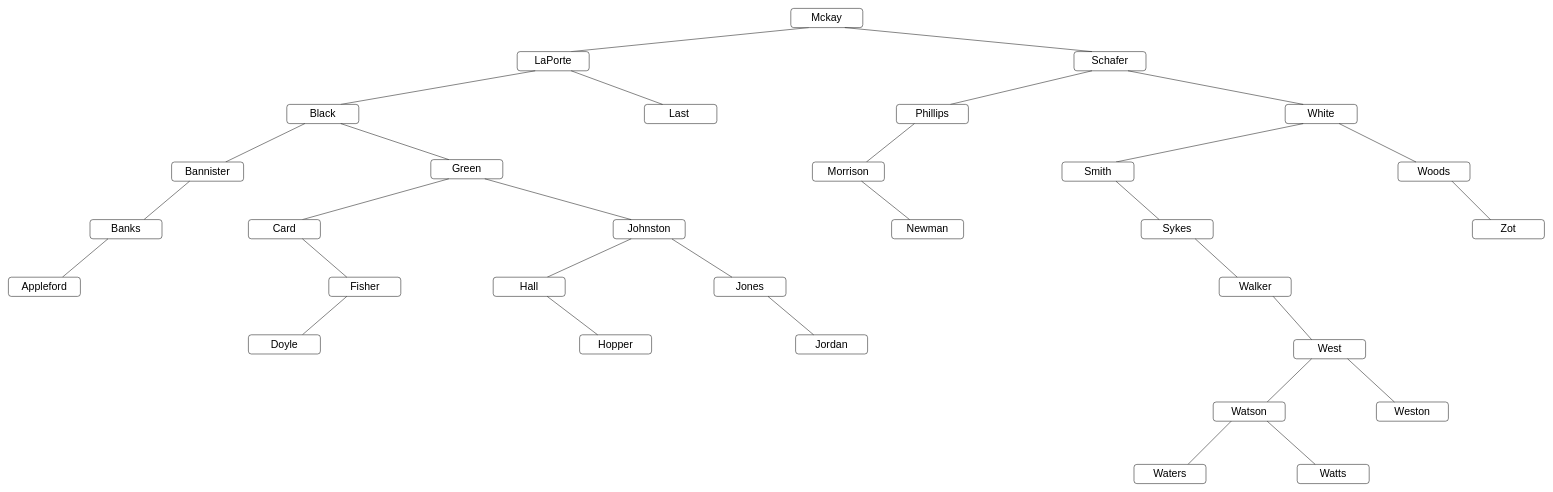
Earlier version of the draw.io diagram page "BST After Deleting Values" (2 of 3) of Untitled Diagram.drawio (HAZberi/tree-diagrams). Source tidied: cells renumbered, new cells numbered last; positions are measured from the earlier drawing's top-left corner, leaving out a move shared by most shapes. Both pictures are drawn from the tidied source at 48%, with x=0, y=0 at pixel (8, 8).
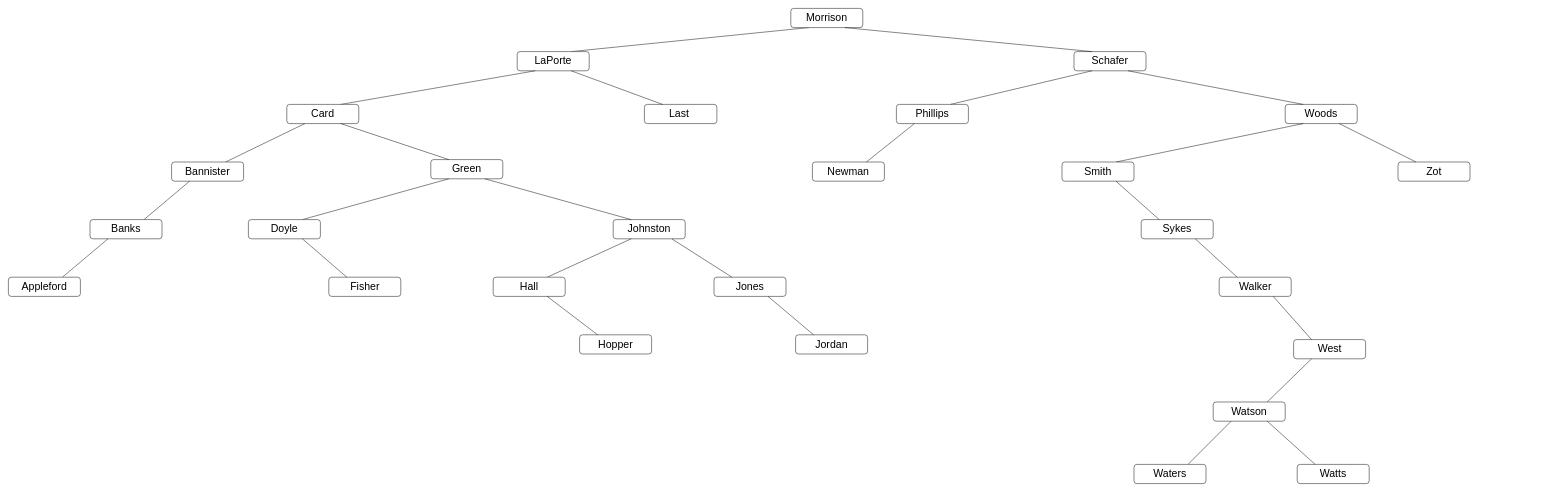
The same diagram, later.

Commit message:
Updated Deletion from BST

Unchanged cells that the change refers to:
```xml
<mxCell id="42" value="&lt;font style=&quot;font-size: 22px;&quot;&gt;Fisher&lt;/font&gt;" style="rounded=1;whiteSpace=wrap;html=1;" parent="1" vertex="1">
  <mxGeometry x="667.5" y="560" width="150" height="40" as="geometry" />
</mxCell>
<mxCell id="58" value="&lt;font style=&quot;font-size: 22px;&quot;&gt;West&lt;/font&gt;" style="rounded=1;whiteSpace=wrap;html=1;" parent="1" vertex="1">
  <mxGeometry x="2677.5" y="690" width="150" height="40" as="geometry" />
</mxCell>
```

Diff of the diagram source:
```diff
@@
-    <mxCell id="3" value="&lt;font style=&quot;font-size: 22px;&quot;&gt;Mckay&lt;/font&gt;" style="rounded=1;whiteSpace=wrap;html=1;" parent="1" vertex="1">
+    <mxCell id="3" value="&lt;span style=&quot;font-size: 22px;&quot;&gt;Morrison&lt;/span&gt;" style="rounded=1;whiteSpace=wrap;html=1;" parent="1" vertex="1">
       <mxGeometry x="1630" width="150" height="40" as="geometry" />
     </mxCell>
@@
-    <mxCell id="9" value="&lt;font style=&quot;font-size: 22px;&quot;&gt;Black&lt;/font&gt;" style="rounded=1;whiteSpace=wrap;html=1;" parent="1" vertex="1">
+    <mxCell id="9" value="&lt;span style=&quot;font-size: 22px;&quot;&gt;Card&lt;/span&gt;" style="rounded=1;whiteSpace=wrap;html=1;" parent="1" vertex="1">
       <mxGeometry x="580" y="200" width="150" height="40" as="geometry" />
     </mxCell>
@@
-    <mxCell id="12" value="&lt;font style=&quot;font-size: 22px;&quot;&gt;White&lt;/font&gt;" style="rounded=1;whiteSpace=wrap;html=1;" parent="1" vertex="1">
+    <mxCell id="12" value="&lt;span style=&quot;font-size: 22px;&quot;&gt;Woods&lt;/span&gt;" style="rounded=1;whiteSpace=wrap;html=1;" parent="1" vertex="1">
       <mxGeometry x="2660" y="200" width="150" height="40" as="geometry" />
     </mxCell>
@@
-    <mxCell id="20" value="&lt;font style=&quot;font-size: 22px;&quot;&gt;Morrison&lt;/font&gt;" style="rounded=1;whiteSpace=wrap;html=1;" parent="1" vertex="1">
+    <mxCell id="20" value="&lt;font style=&quot;font-size: 22px;&quot;&gt;Newman&lt;/font&gt;" style="rounded=1;whiteSpace=wrap;html=1;" parent="1" vertex="1">
       <mxGeometry x="1675" y="320" width="150" height="40" as="geometry" />
     </mxCell>
@@
-    <mxCell id="22" value="&lt;font style=&quot;font-size: 22px;&quot;&gt;Woods&lt;/font&gt;" style="rounded=1;whiteSpace=wrap;html=1;" parent="1" vertex="1">
+    <mxCell id="22" value="&lt;span style=&quot;font-size: 22px;&quot;&gt;Zot&lt;/span&gt;" style="rounded=1;whiteSpace=wrap;html=1;" parent="1" vertex="1">
       <mxGeometry x="2895" y="320" width="150" height="40" as="geometry" />
     </mxCell>
@@
-    <mxCell id="29" value="&lt;font style=&quot;font-size: 22px;&quot;&gt;Card&lt;/font&gt;" style="rounded=1;whiteSpace=wrap;html=1;" parent="1" vertex="1">
+    <mxCell id="29" value="&lt;span style=&quot;font-size: 22px;&quot;&gt;Doyle&lt;/span&gt;" style="rounded=1;whiteSpace=wrap;html=1;" parent="1" vertex="1">
       <mxGeometry x="500" y="440" width="150" height="40" as="geometry" />
     </mxCell>
@@
-    <mxCell id="31" value="&lt;font style=&quot;font-size: 22px;&quot;&gt;Newman&lt;/font&gt;" style="rounded=1;whiteSpace=wrap;html=1;" parent="1" vertex="1">
-      <mxGeometry x="1840" y="440" width="150" height="40" as="geometry" />
-    </mxCell>
-    <mxCell id="32" style="rounded=0;jettySize=auto;html=1;exitX=0.75;exitY=1;exitDx=0;exitDy=0;entryX=0.25;entryY=0;entryDx=0;entryDy=0;fontFamily=Helvetica;fontSize=22;endArrow=none;endFill=0;" parent="1" edge="1" target="31">
-      <mxGeometry relative="1" as="geometry">
-        <mxPoint x="1777.5" y="360" as="sourcePoint" />
-      </mxGeometry>
-    </mxCell>
-    <mxCell id="33" style="edgeStyle=none;rounded=0;orthogonalLoop=1;jettySize=auto;html=1;exitX=0.5;exitY=1;exitDx=0;exitDy=0;fontFamily=Helvetica;fontSize=22;endArrow=none;endFill=0;" parent="1" edge="1" source="31" target="31">
-      <mxGeometry relative="1" as="geometry" />
-    </mxCell>
@@
-    <mxCell id="37" value="&lt;font style=&quot;font-size: 22px;&quot;&gt;Zot&lt;/font&gt;" style="rounded=1;whiteSpace=wrap;html=1;" parent="1" vertex="1">
-      <mxGeometry x="3050" y="440" width="150" height="40" as="geometry" />
-    </mxCell>
-    <mxCell id="38" style="rounded=0;jettySize=auto;html=1;entryX=0.25;entryY=0;entryDx=0;entryDy=0;fontFamily=Helvetica;fontSize=22;endArrow=none;endFill=0;exitX=0.75;exitY=1;exitDx=0;exitDy=0;" parent="1" edge="1" source="22" target="37">
-      <mxGeometry relative="1" as="geometry" />
-    </mxCell>
-    <mxCell id="39" style="edgeStyle=none;rounded=0;orthogonalLoop=1;jettySize=auto;html=1;exitX=0.5;exitY=1;exitDx=0;exitDy=0;fontFamily=Helvetica;fontSize=22;endArrow=none;endFill=0;" parent="1" edge="1" source="37" target="37">
-      <mxGeometry relative="1" as="geometry" />
-    </mxCell>
@@
-    <mxCell id="51" style="rounded=0;jettySize=auto;html=1;exitX=0.25;exitY=1;exitDx=0;exitDy=0;entryX=0.75;entryY=0;entryDx=0;entryDy=0;fontFamily=Helvetica;fontSize=22;endArrow=none;endFill=0;" parent="1" edge="1" source="42" target="52">
-      <mxGeometry relative="1" as="geometry" />
-    </mxCell>
-    <mxCell id="52" value="&lt;font style=&quot;font-size: 22px;&quot;&gt;Doyle&lt;/font&gt;" style="rounded=1;whiteSpace=wrap;html=1;" parent="1" vertex="1">
-      <mxGeometry x="500" y="680" width="150" height="40" as="geometry" />
-    </mxCell>
@@
-    <mxCell id="62" value="&lt;font style=&quot;font-size: 22px;&quot;&gt;Weston&lt;/font&gt;" style="rounded=1;whiteSpace=wrap;html=1;" parent="1" vertex="1">
-      <mxGeometry x="2850" y="820" width="150" height="40" as="geometry" />
-    </mxCell>
@@
-    <mxCell id="64" style="rounded=0;jettySize=auto;html=1;exitX=0.75;exitY=1;exitDx=0;exitDy=0;entryX=0.25;entryY=0;entryDx=0;entryDy=0;fontFamily=Helvetica;fontSize=22;endArrow=none;endFill=0;" parent="1" edge="1" source="58" target="62">
-      <mxGeometry relative="1" as="geometry" />
-    </mxCell>
```
